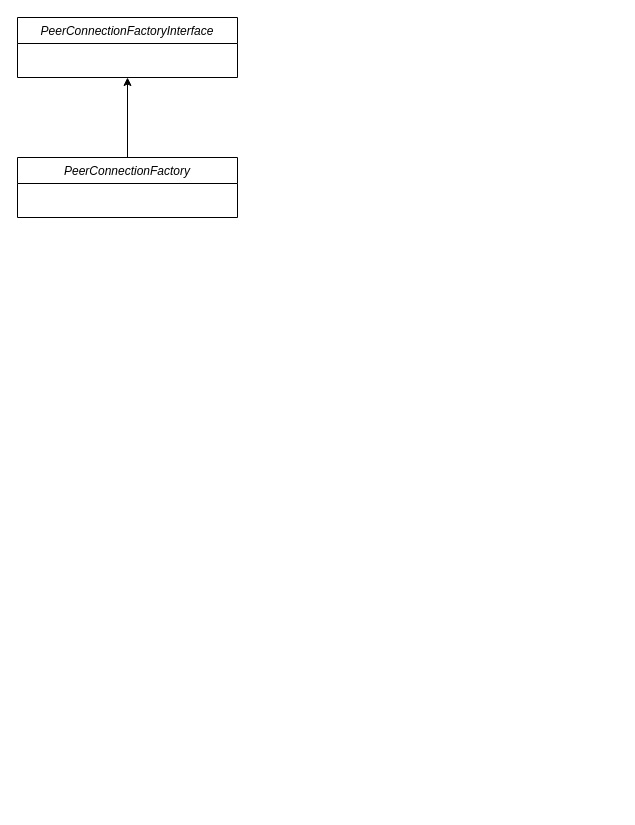
The draw.io diagram webrtc类图/Untitled Diagram.drawio in Aries1989/draw.io.s, before the edit. Source tidied: cells renumbered, new cells numbered last; positions are measured from the earlier drawing's top-left corner, leaving out a move shared by most shapes. Both pictures are drawn from the tidied source at 100%, with x=0, y=0 at pixel (17, 17).
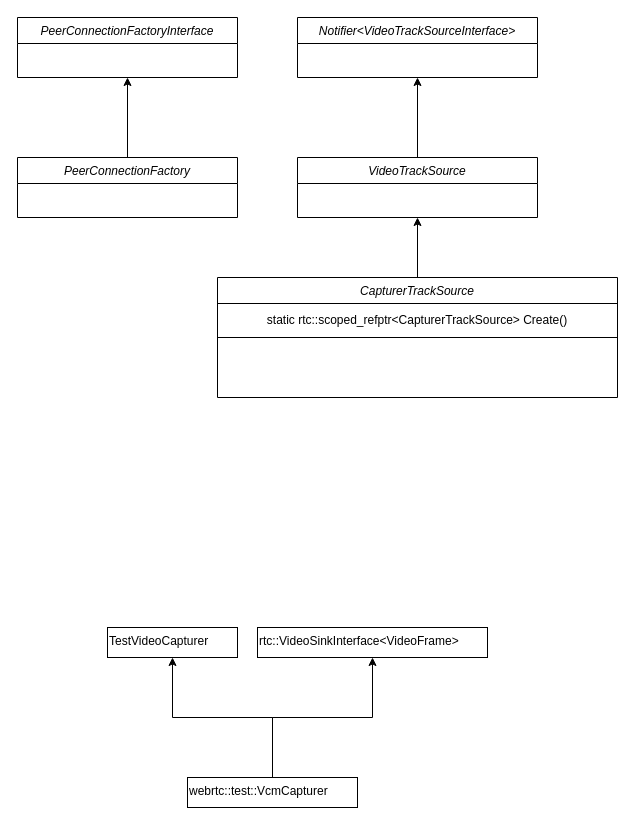
The same diagram, later.

Diff of the diagram source:
```diff
@@
 <mxGraphModel>
   <root>
     <mxCell id="0" />
     <mxCell id="1" parent="0" />
-    <mxCell id="2" value="PeerConnectionFactoryInterface" style="swimlane;fontStyle=2;align=center;verticalAlign=top;horizontal=1;startSize=26;rounded=0;shadow=0;strokeWidth=1;" parent="1" vertex="1">
+    <mxCell id="2" value="PeerConnectionFactoryInterface" style="swimlane;fontStyle=2;align=center;verticalAlign=top;horizontal=1;startSize=26;rounded=0;shadow=0;strokeWidth=1;fillColor=default;strokeColor=default;fontColor=default;" parent="1" vertex="1">
       <mxGeometry width="220" height="60" as="geometry" />
     </mxCell>
-    <mxCell id="3" style="edgeStyle=orthogonalEdgeStyle;rounded=0;jettySize=auto;html=1;exitX=0.5;exitY=0;exitDx=0;exitDy=0;entryX=0.5;entryY=1;entryDx=0;entryDy=0;startSize=26;" parent="1" edge="1" source="4" target="2">
+    <mxCell id="3" style="edgeStyle=orthogonalEdgeStyle;rounded=0;jettySize=auto;html=1;exitX=0.5;exitY=0;exitDx=0;exitDy=0;entryX=0.5;entryY=1;entryDx=0;entryDy=0;startSize=26;fillColor=default;strokeColor=default;fontColor=default;" parent="1" edge="1" source="4" target="2">
       <mxGeometry relative="1" as="geometry" />
     </mxCell>
-    <mxCell id="4" value="PeerConnectionFactory" style="swimlane;fontStyle=2;align=center;verticalAlign=top;horizontal=1;startSize=26;rounded=0;shadow=0;strokeWidth=1;" parent="1" vertex="1">
+    <mxCell id="4" value="PeerConnectionFactory" style="swimlane;fontStyle=2;align=center;verticalAlign=top;horizontal=1;startSize=26;rounded=0;shadow=0;strokeWidth=1;fillColor=default;strokeColor=default;fontColor=default;" parent="1" vertex="1">
       <mxGeometry y="140" width="220" height="60" as="geometry" />
     </mxCell>
+    <mxCell id="5" value="Notifier&lt;VideoTrackSourceInterface&gt;" style="swimlane;fontStyle=2;align=center;verticalAlign=top;horizontal=1;startSize=26;rounded=0;shadow=0;strokeWidth=1;fillColor=default;strokeColor=default;fontColor=default;" parent="1" vertex="1">
+      <mxGeometry x="280" width="240" height="60" as="geometry" />
+    </mxCell>
+    <mxCell id="6" style="edgeStyle=orthogonalEdgeStyle;rounded=0;jettySize=auto;html=1;exitX=0.5;exitY=0;exitDx=0;exitDy=0;entryX=0.5;entryY=1;entryDx=0;entryDy=0;startSize=26;fillColor=default;strokeColor=default;fontColor=default;" parent="1" edge="1" source="7" target="5">
+      <mxGeometry relative="1" as="geometry" />
+    </mxCell>
+    <mxCell id="7" value="VideoTrackSource" style="swimlane;fontStyle=2;align=center;verticalAlign=top;horizontal=1;startSize=26;rounded=0;shadow=0;strokeWidth=1;fillColor=default;strokeColor=default;fontColor=default;" parent="1" vertex="1">
+      <mxGeometry x="280" y="140" width="240" height="60" as="geometry" />
+    </mxCell>
+    <mxCell id="8" style="edgeStyle=orthogonalEdgeStyle;rounded=0;jettySize=auto;html=1;exitX=0.5;exitY=0;exitDx=0;exitDy=0;entryX=0.5;entryY=1;entryDx=0;entryDy=0;fontColor=default;strokeColor=default;fillColor=default;" parent="1" edge="1" source="9" target="7">
+      <mxGeometry relative="1" as="geometry" />
+    </mxCell>
+    <mxCell id="9" value="CapturerTrackSource" style="swimlane;fontStyle=2;align=center;verticalAlign=top;horizontal=1;startSize=26;rounded=0;shadow=0;strokeWidth=1;fillColor=default;strokeColor=default;fontColor=default;" parent="1" vertex="1">
+      <mxGeometry x="200" y="260" width="400" height="120" as="geometry" />
+    </mxCell>
+    <mxCell id="10" value="static rtc::scoped_refptr&amp;lt;CapturerTrackSource&amp;gt; Create()" style="rounded=0;whiteSpace=wrap;html=1;fontColor=default;strokeColor=default;fillColor=default;" parent="9" vertex="1">
+      <mxGeometry y="26" width="400" height="34" as="geometry" />
+    </mxCell>
+    <mxCell id="11" style="edgeStyle=orthogonalEdgeStyle;rounded=0;jettySize=auto;html=1;exitX=0.5;exitY=0;exitDx=0;exitDy=0;fontColor=default;strokeColor=default;fillColor=default;" parent="1" edge="1" source="13" target="14">
+      <mxGeometry relative="1" as="geometry" />
+    </mxCell>
+    <mxCell id="12" style="edgeStyle=orthogonalEdgeStyle;rounded=0;jettySize=auto;html=1;exitX=0.5;exitY=0;exitDx=0;exitDy=0;entryX=0.5;entryY=1;entryDx=0;entryDy=0;fontColor=default;strokeColor=default;fillColor=default;" parent="1" edge="1" source="13" target="15">
+      <mxGeometry relative="1" as="geometry" />
+    </mxCell>
+    <mxCell id="13" value="webrtc::test::VcmCapturer" style="text;whiteSpace=wrap;html=1;fontColor=default;strokeColor=default;" parent="1" vertex="1">
+      <mxGeometry x="170" y="760" width="170" height="30" as="geometry" />
+    </mxCell>
+    <mxCell id="14" value="TestVideoCapturer" style="text;whiteSpace=wrap;html=1;fontColor=default;strokeColor=default;" parent="1" vertex="1">
+      <mxGeometry x="90" y="610" width="130" height="30" as="geometry" />
+    </mxCell>
+    <mxCell id="15" value="rtc::VideoSinkInterface&amp;lt;VideoFrame&amp;gt;" style="text;whiteSpace=wrap;html=1;fontColor=default;strokeColor=default;" parent="1" vertex="1">
+      <mxGeometry x="240" y="610" width="230" height="30" as="geometry" />
+    </mxCell>
   </root>
 </mxGraphModel>
```
